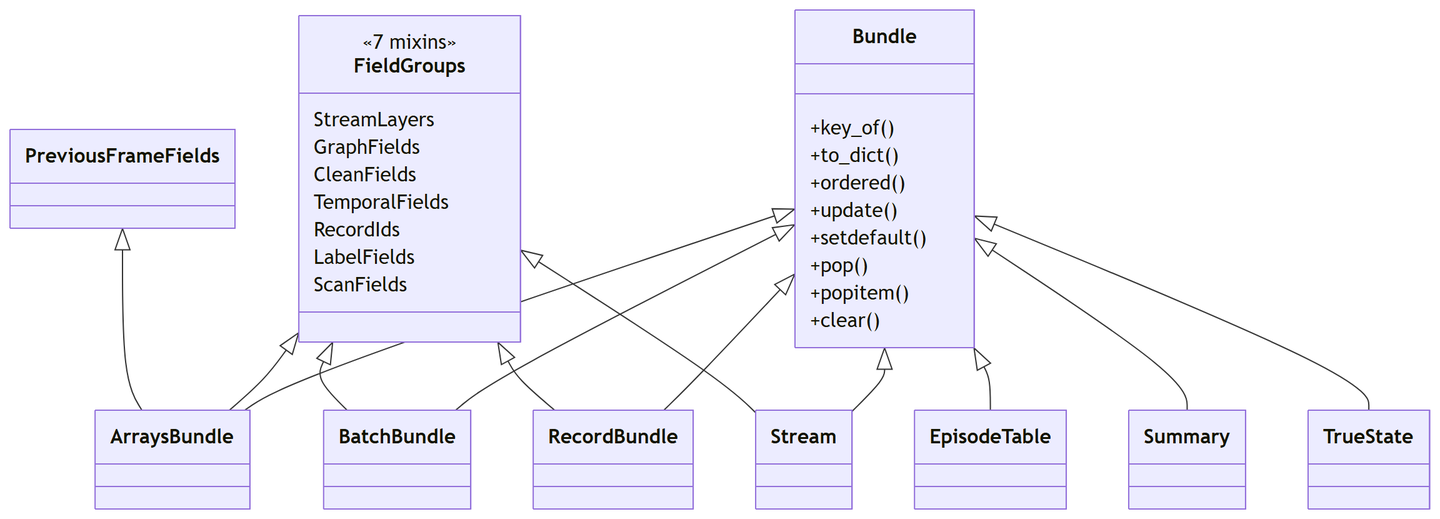
Earlier version of the Mermaid export docs/figures/diagrams/classes_models.png (myersben9/fdia-graph). Its source is kept beside it as docs/figures/diagrams/classes_models.mmd.
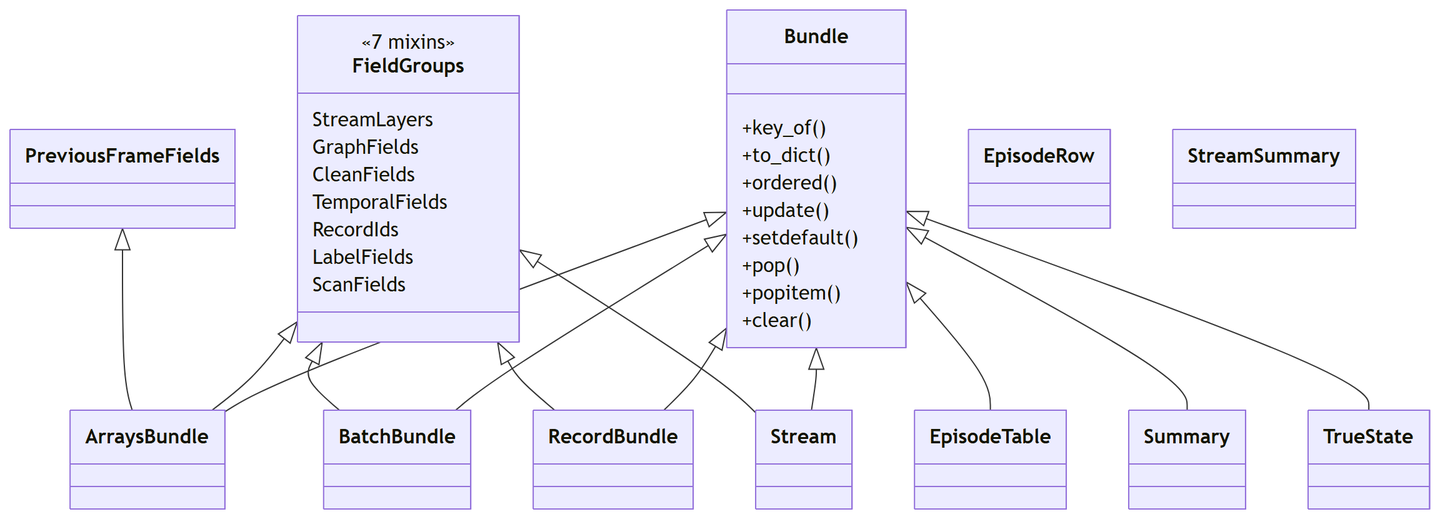
The same file after the commit.

Change to the diagram source:
```diff
@@ -29,6 +29,10 @@
     }
     class EpisodeTable {
     }
+    class EpisodeRow {
+    }
+    class StreamSummary {
+    }
     class Stream {
     }
     class Summary {
```
